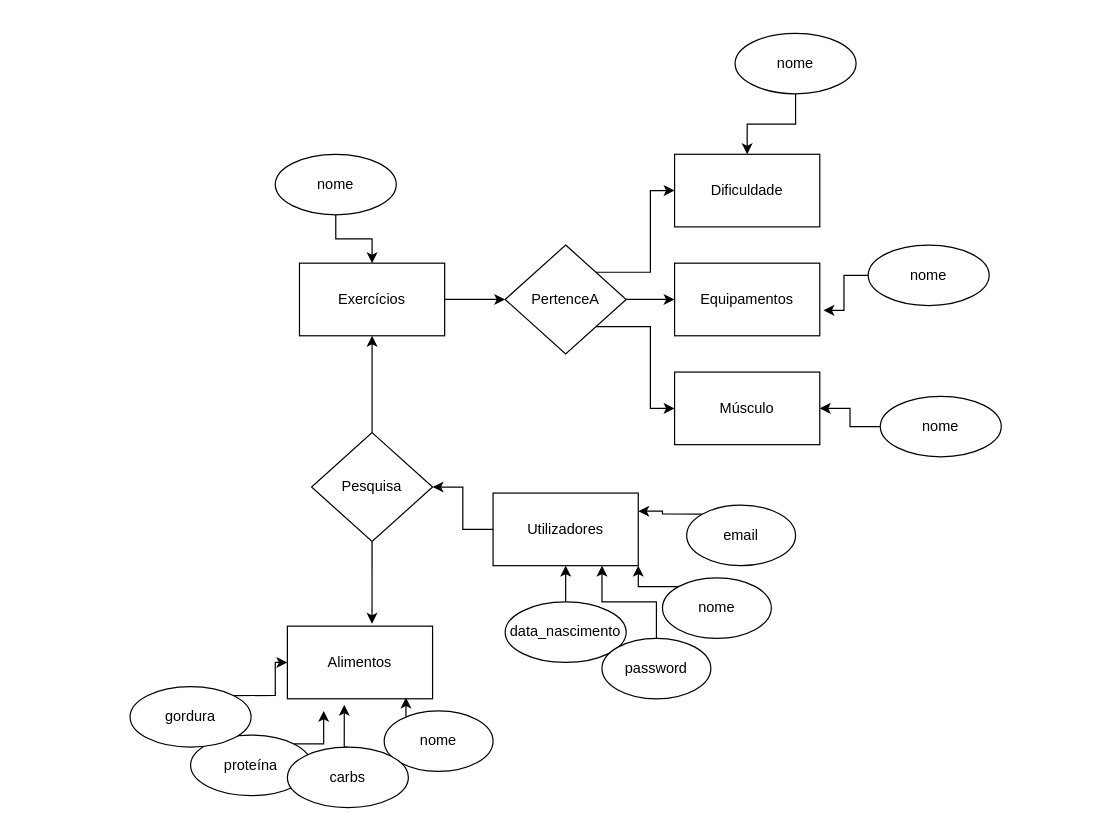
tskxz/BrowseMuscle keeps this draw.io diagram as docs/BrowseMuscle.drawio. Above is the earlier version. Source tidied: cells renumbered, new cells numbered last; positions are measured from the earlier drawing's top-left corner, leaving out a move shared by most shapes. Both pictures are drawn from the tidied source at 121%, with x=0, y=0 at pixel (129, 33).
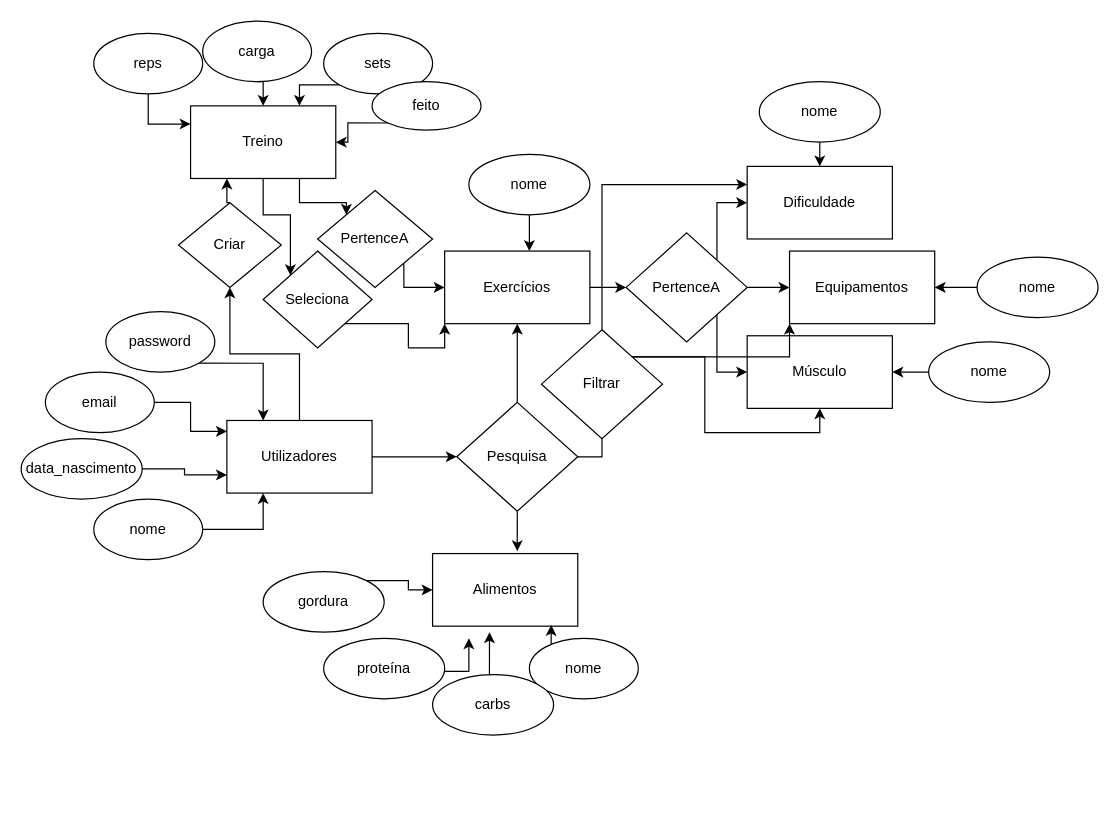
The same page after the edit.

Change to the diagram source:
```diff
@@
     <mxCell id="3" value="Exercícios" style="rounded=0;whiteSpace=wrap;html=1;" parent="1" vertex="1">
-      <mxGeometry x="140" y="190" width="120" height="60" as="geometry" />
+      <mxGeometry x="260" y="180" width="120" height="60" as="geometry" />
     </mxCell>
+    <mxCell id="41" style="edgeStyle=orthogonalEdgeStyle;rounded=0;jettySize=auto;html=1;exitX=0.5;exitY=0;exitDx=0;exitDy=0;entryX=0.5;entryY=1;entryDx=0;entryDy=0;" parent="1" edge="1" source="5" target="48">
+      <mxGeometry relative="1" as="geometry" />
+    </mxCell>
-    <mxCell id="4" style="edgeStyle=orthogonalEdgeStyle;rounded=0;jettySize=auto;html=1;entryX=1;entryY=0.5;entryDx=0;entryDy=0;" parent="1" edge="1" source="5" target="32">
+    <mxCell id="4" style="edgeStyle=orthogonalEdgeStyle;rounded=0;jettySize=auto;html=1;exitX=1;exitY=0.5;exitDx=0;exitDy=0;entryX=0;entryY=0.5;entryDx=0;entryDy=0;" parent="1" edge="1" source="5" target="32">
       <mxGeometry relative="1" as="geometry" />
     </mxCell>
     <mxCell id="5" value="Utilizadores" style="rounded=0;whiteSpace=wrap;html=1;" parent="1" vertex="1">
-      <mxGeometry x="300" y="380" width="120" height="60" as="geometry" />
+      <mxGeometry x="80" y="320" width="120" height="60" as="geometry" />
     </mxCell>
     <mxCell id="6" value="Equipamentos" style="rounded=0;whiteSpace=wrap;html=1;" parent="1" vertex="1">
-      <mxGeometry x="450" y="190" width="120" height="60" as="geometry" />
+      <mxGeometry x="545" y="180" width="120" height="60" as="geometry" />
     </mxCell>
     <mxCell id="7" value="Dificuldade" style="rounded=0;whiteSpace=wrap;html=1;" parent="1" vertex="1">
-      <mxGeometry x="450" y="100" width="120" height="60" as="geometry" />
+      <mxGeometry x="510" y="110" width="120" height="60" as="geometry" />
     </mxCell>
     <mxCell id="8" value="Músculo" style="rounded=0;whiteSpace=wrap;html=1;" parent="1" vertex="1">
-      <mxGeometry x="450" y="280" width="120" height="60" as="geometry" />
+      <mxGeometry x="510" y="250" width="120" height="60" as="geometry" />
     </mxCell>
@@
     <mxCell id="12" value="PertenceA" style="rhombus;whiteSpace=wrap;html=1;" parent="1" vertex="1">
-      <mxGeometry x="310" y="175" width="100" height="90" as="geometry" />
+      <mxGeometry x="410" y="165" width="100" height="90" as="geometry" />
     </mxCell>
-    <mxCell id="13" style="edgeStyle=orthogonalEdgeStyle;rounded=0;jettySize=auto;html=1;exitX=0.5;exitY=1;exitDx=0;exitDy=0;entryX=0.5;entryY=0;entryDx=0;entryDy=0;" parent="1" edge="1" source="14" target="3">
-      <mxGeometry relative="1" as="geometry" />
+    <mxCell id="13" style="edgeStyle=orthogonalEdgeStyle;rounded=0;jettySize=auto;html=1;exitX=0.5;exitY=1;exitDx=0;exitDy=0;" parent="1" edge="1" source="14" target="3">
+      <mxGeometry relative="1" as="geometry">
+        <Array as="points">
+          <mxPoint x="330" y="170" />
+          <mxPoint x="330" y="170" />
+        </Array>
+      </mxGeometry>
     </mxCell>
     <mxCell id="14" value="nome" style="ellipse;whiteSpace=wrap;html=1;" parent="1" vertex="1">
-      <mxGeometry x="120" y="100" width="100" height="50" as="geometry" />
+      <mxGeometry x="280" y="100" width="100" height="50" as="geometry" />
     </mxCell>
@@
     <mxCell id="16" value="nome" style="ellipse;whiteSpace=wrap;html=1;" parent="1" vertex="1">
-      <mxGeometry x="500" width="100" height="50" as="geometry" />
+      <mxGeometry x="520" y="40" width="100" height="50" as="geometry" />
     </mxCell>
-    <mxCell id="17" style="edgeStyle=orthogonalEdgeStyle;rounded=0;jettySize=auto;html=1;exitX=0;exitY=0.5;exitDx=0;exitDy=0;entryX=1.025;entryY=0.65;entryDx=0;entryDy=0;entryPerimeter=0;" parent="1" edge="1" source="18" target="6">
-      <mxGeometry relative="1" as="geometry" />
-    </mxCell>
+    <mxCell id="42" style="edgeStyle=orthogonalEdgeStyle;rounded=0;jettySize=auto;html=1;exitX=0;exitY=0.5;exitDx=0;exitDy=0;entryX=1;entryY=0.5;entryDx=0;entryDy=0;" parent="1" edge="1" target="6">
+      <mxGeometry relative="1" as="geometry">
+        <mxPoint x="700" y="210" as="sourcePoint" />
+      </mxGeometry>
+    </mxCell>
     <mxCell id="18" value="nome" style="ellipse;whiteSpace=wrap;html=1;" parent="1" vertex="1">
-      <mxGeometry x="610" y="175" width="100" height="50" as="geometry" />
+      <mxGeometry x="700" y="185" width="100" height="50" as="geometry" />
     </mxCell>
@@
     <mxCell id="20" value="nome" style="ellipse;whiteSpace=wrap;html=1;" parent="1" vertex="1">
-      <mxGeometry x="620" y="300" width="100" height="50" as="geometry" />
+      <mxGeometry x="660" y="255" width="100" height="50" as="geometry" />
     </mxCell>
     <mxCell id="21" value="Alimentos" style="rounded=0;whiteSpace=wrap;html=1;" parent="1" vertex="1">
-      <mxGeometry x="130" y="490" width="120" height="60" as="geometry" />
+      <mxGeometry x="250" y="430" width="120" height="60" as="geometry" />
     </mxCell>
@@
     <mxCell id="23" value="nome" style="ellipse;whiteSpace=wrap;html=1;" parent="1" vertex="1">
-      <mxGeometry x="210" y="560" width="90" height="50" as="geometry" />
+      <mxGeometry x="330" y="500" width="90" height="50" as="geometry" />
     </mxCell>
-    <mxCell id="24" style="edgeStyle=orthogonalEdgeStyle;rounded=0;jettySize=auto;html=1;exitX=1;exitY=0;exitDx=0;exitDy=0;" parent="1" edge="1" source="25">
+    <mxCell id="24" style="edgeStyle=orthogonalEdgeStyle;rounded=0;orthogonalLoop=1;jettySize=auto;html=1;exitX=1;exitY=0;exitDx=0;exitDy=0;" parent="1" edge="1">
       <mxGeometry relative="1" as="geometry">
-        <mxPoint x="160" y="560" as="targetPoint" />
+        <mxPoint x="255.4" y="527.3" as="sourcePoint" />
+        <mxPoint x="280" y="500" as="targetPoint" />
       </mxGeometry>
     </mxCell>
     <mxCell id="25" value="proteína" style="ellipse;whiteSpace=wrap;html=1;" parent="1" vertex="1">
-      <mxGeometry x="50" y="580" width="100" height="50" as="geometry" />
+      <mxGeometry x="160" y="500" width="100" height="50" as="geometry" />
     </mxCell>
@@
     <mxCell id="27" value="carbs" style="ellipse;whiteSpace=wrap;html=1;" parent="1" vertex="1">
-      <mxGeometry x="130" y="590" width="100" height="50" as="geometry" />
+      <mxGeometry x="250" y="530" width="100" height="50" as="geometry" />
     </mxCell>
@@
     <mxCell id="29" value="gordura" style="ellipse;whiteSpace=wrap;html=1;" parent="1" vertex="1">
-      <mxGeometry y="540" width="100" height="50" as="geometry" />
+      <mxGeometry x="110" y="445" width="100" height="50" as="geometry" />
     </mxCell>
@@
+    <mxCell id="43" style="edgeStyle=orthogonalEdgeStyle;rounded=0;jettySize=auto;html=1;exitX=1;exitY=0.5;exitDx=0;exitDy=0;entryX=0;entryY=0.5;entryDx=0;entryDy=0;" parent="1" edge="1" source="32" target="64">
+      <mxGeometry relative="1" as="geometry" />
+    </mxCell>
     <mxCell id="32" value="Pesquisa" style="rhombus;whiteSpace=wrap;html=1;" parent="1" vertex="1">
-      <mxGeometry x="150" y="330" width="100" height="90" as="geometry" />
+      <mxGeometry x="270" y="305" width="100" height="90" as="geometry" />
     </mxCell>
-    <mxCell id="33" style="edgeStyle=orthogonalEdgeStyle;rounded=0;jettySize=auto;html=1;exitX=0;exitY=0;exitDx=0;exitDy=0;entryX=1;entryY=1;entryDx=0;entryDy=0;" parent="1" edge="1" source="34" target="5">
-      <mxGeometry relative="1" as="geometry" />
-    </mxCell>
-    <mxCell id="34" value="nome" style="ellipse;whiteSpace=wrap;html=1;" parent="1" vertex="1">
-      <mxGeometry x="440" y="450" width="90" height="50" as="geometry" />
-    </mxCell>
-    <mxCell id="35" style="edgeStyle=orthogonalEdgeStyle;rounded=0;jettySize=auto;html=1;" parent="1" edge="1" source="36" target="5">
+    <mxCell id="35" style="edgeStyle=orthogonalEdgeStyle;rounded=0;jettySize=auto;html=1;exitX=1;exitY=0.5;exitDx=0;exitDy=0;entryX=0;entryY=0.75;entryDx=0;entryDy=0;" parent="1" edge="1" source="36" target="5">
       <mxGeometry relative="1" as="geometry" />
     </mxCell>
     <mxCell id="36" value="data_nascimento" style="ellipse;whiteSpace=wrap;html=1;" parent="1" vertex="1">
-      <mxGeometry x="310" y="470" width="100" height="50" as="geometry" />
+      <mxGeometry x="-90" y="335" width="100" height="50" as="geometry" />
     </mxCell>
-    <mxCell id="37" style="edgeStyle=orthogonalEdgeStyle;rounded=0;jettySize=auto;html=1;exitX=0;exitY=0;exitDx=0;exitDy=0;entryX=1;entryY=0.25;entryDx=0;entryDy=0;" parent="1" edge="1" source="38" target="5">
+    <mxCell id="37" style="edgeStyle=orthogonalEdgeStyle;rounded=0;jettySize=auto;html=1;exitX=1;exitY=0.5;exitDx=0;exitDy=0;entryX=0;entryY=0.15;entryDx=0;entryDy=0;entryPerimeter=0;" parent="1" edge="1" source="38" target="5">
       <mxGeometry relative="1" as="geometry" />
     </mxCell>
     <mxCell id="38" value="email" style="ellipse;whiteSpace=wrap;html=1;" parent="1" vertex="1">
-      <mxGeometry x="460" y="390" width="90" height="50" as="geometry" />
+      <mxGeometry x="-70" y="280" width="90" height="50" as="geometry" />
     </mxCell>
-    <mxCell id="39" style="edgeStyle=orthogonalEdgeStyle;rounded=0;jettySize=auto;html=1;exitX=0.5;exitY=0;exitDx=0;exitDy=0;entryX=0.75;entryY=1;entryDx=0;entryDy=0;" parent="1" edge="1" source="40" target="5">
+    <mxCell id="39" style="edgeStyle=orthogonalEdgeStyle;rounded=0;jettySize=auto;html=1;exitX=1;exitY=1;exitDx=0;exitDy=0;entryX=0.25;entryY=0;entryDx=0;entryDy=0;" parent="1" edge="1" source="40" target="5">
       <mxGeometry relative="1" as="geometry" />
     </mxCell>
     <mxCell id="40" value="password" style="ellipse;whiteSpace=wrap;html=1;" parent="1" vertex="1">
-      <mxGeometry x="390" y="500" width="90" height="50" as="geometry" />
+      <mxGeometry x="-20" y="230" width="90" height="50" as="geometry" />
     </mxCell>
+    <mxCell id="44" style="edgeStyle=orthogonalEdgeStyle;rounded=0;jettySize=auto;html=1;exitX=0.75;exitY=1;exitDx=0;exitDy=0;entryX=0;entryY=0;entryDx=0;entryDy=0;" parent="1" edge="1" source="46" target="50">
+      <mxGeometry relative="1" as="geometry" />
+    </mxCell>
+    <mxCell id="45" style="edgeStyle=orthogonalEdgeStyle;rounded=0;jettySize=auto;html=1;exitX=0.5;exitY=1;exitDx=0;exitDy=0;entryX=0;entryY=0;entryDx=0;entryDy=0;" parent="1" edge="1" source="46" target="60">
+      <mxGeometry relative="1" as="geometry" />
+    </mxCell>
+    <mxCell id="46" value="Treino" style="rounded=0;whiteSpace=wrap;html=1;" parent="1" vertex="1">
+      <mxGeometry x="50" y="60" width="120" height="60" as="geometry" />
+    </mxCell>
+    <mxCell id="33" style="edgeStyle=orthogonalEdgeStyle;rounded=0;jettySize=auto;html=1;exitX=1;exitY=0.5;exitDx=0;exitDy=0;entryX=0.25;entryY=1;entryDx=0;entryDy=0;" parent="1" edge="1" source="34" target="5">
+      <mxGeometry relative="1" as="geometry" />
+    </mxCell>
+    <mxCell id="34" value="nome" style="ellipse;whiteSpace=wrap;html=1;" parent="1" vertex="1">
+      <mxGeometry x="-30" y="385" width="90" height="50" as="geometry" />
+    </mxCell>
+    <mxCell id="47" style="edgeStyle=orthogonalEdgeStyle;rounded=0;jettySize=auto;html=1;exitX=0.5;exitY=0;exitDx=0;exitDy=0;entryX=0.25;entryY=1;entryDx=0;entryDy=0;" parent="1" edge="1" source="48" target="46">
+      <mxGeometry relative="1" as="geometry" />
+    </mxCell>
+    <mxCell id="48" value="Criar" style="rhombus;whiteSpace=wrap;html=1;" parent="1" vertex="1">
+      <mxGeometry x="40" y="140" width="85" height="70" as="geometry" />
+    </mxCell>
+    <mxCell id="49" style="edgeStyle=orthogonalEdgeStyle;rounded=0;jettySize=auto;html=1;exitX=1;exitY=1;exitDx=0;exitDy=0;entryX=0;entryY=0.5;entryDx=0;entryDy=0;" parent="1" edge="1" source="50" target="3">
+      <mxGeometry relative="1" as="geometry">
+        <Array as="points">
+          <mxPoint x="226" y="210" />
+        </Array>
+      </mxGeometry>
+    </mxCell>
+    <mxCell id="50" value="PertenceA" style="rhombus;whiteSpace=wrap;html=1;" parent="1" vertex="1">
+      <mxGeometry x="155" y="130" width="95" height="80" as="geometry" />
+    </mxCell>
+    <mxCell id="51" style="edgeStyle=orthogonalEdgeStyle;rounded=0;jettySize=auto;html=1;exitX=0.5;exitY=1;exitDx=0;exitDy=0;entryX=0;entryY=0.25;entryDx=0;entryDy=0;" parent="1" edge="1" source="52" target="46">
+      <mxGeometry relative="1" as="geometry" />
+    </mxCell>
+    <mxCell id="52" value="reps" style="ellipse;whiteSpace=wrap;html=1;" parent="1" vertex="1">
+      <mxGeometry x="-30" width="90" height="50" as="geometry" />
+    </mxCell>
+    <mxCell id="53" style="edgeStyle=orthogonalEdgeStyle;rounded=0;jettySize=auto;html=1;exitX=0.5;exitY=1;exitDx=0;exitDy=0;entryX=0.5;entryY=0;entryDx=0;entryDy=0;" parent="1" edge="1" source="54" target="46">
+      <mxGeometry relative="1" as="geometry" />
+    </mxCell>
+    <mxCell id="54" value="carga" style="ellipse;whiteSpace=wrap;html=1;" parent="1" vertex="1">
+      <mxGeometry x="60" y="-10" width="90" height="50" as="geometry" />
+    </mxCell>
+    <mxCell id="55" style="edgeStyle=orthogonalEdgeStyle;rounded=0;jettySize=auto;html=1;exitX=0;exitY=1;exitDx=0;exitDy=0;entryX=0.75;entryY=0;entryDx=0;entryDy=0;" parent="1" edge="1" source="56" target="46">
+      <mxGeometry relative="1" as="geometry" />
+    </mxCell>
+    <mxCell id="56" value="sets" style="ellipse;whiteSpace=wrap;html=1;" parent="1" vertex="1">
+      <mxGeometry x="160" width="90" height="50" as="geometry" />
+    </mxCell>
+    <mxCell id="57" style="edgeStyle=orthogonalEdgeStyle;rounded=0;jettySize=auto;html=1;exitX=0;exitY=1;exitDx=0;exitDy=0;entryX=1;entryY=0.5;entryDx=0;entryDy=0;" parent="1" edge="1" source="58" target="46">
+      <mxGeometry relative="1" as="geometry" />
+    </mxCell>
+    <mxCell id="58" value="feito" style="ellipse;whiteSpace=wrap;html=1;" parent="1" vertex="1">
+      <mxGeometry x="200" y="40" width="90" height="40" as="geometry" />
+    </mxCell>
+    <mxCell id="59" style="edgeStyle=orthogonalEdgeStyle;rounded=0;jettySize=auto;html=1;exitX=1;exitY=1;exitDx=0;exitDy=0;entryX=0;entryY=1;entryDx=0;entryDy=0;" parent="1" edge="1" source="60" target="3">
+      <mxGeometry relative="1" as="geometry" />
+    </mxCell>
+    <mxCell id="60" value="Seleciona" style="rhombus;whiteSpace=wrap;html=1;" parent="1" vertex="1">
+      <mxGeometry x="110" y="180" width="90" height="80" as="geometry" />
+    </mxCell>
+    <mxCell id="61" style="edgeStyle=orthogonalEdgeStyle;rounded=0;jettySize=auto;html=1;exitX=1;exitY=0;exitDx=0;exitDy=0;entryX=0.5;entryY=1;entryDx=0;entryDy=0;" parent="1" edge="1" source="64" target="8">
+      <mxGeometry relative="1" as="geometry" />
+    </mxCell>
+    <mxCell id="62" style="edgeStyle=orthogonalEdgeStyle;rounded=0;jettySize=auto;html=1;exitX=0.5;exitY=0;exitDx=0;exitDy=0;entryX=0;entryY=0.25;entryDx=0;entryDy=0;" parent="1" edge="1" source="64" target="7">
+      <mxGeometry relative="1" as="geometry" />
+    </mxCell>
+    <mxCell id="63" style="edgeStyle=orthogonalEdgeStyle;rounded=0;jettySize=auto;html=1;exitX=1;exitY=0;exitDx=0;exitDy=0;entryX=0;entryY=1;entryDx=0;entryDy=0;" parent="1" edge="1" source="64" target="6">
+      <mxGeometry relative="1" as="geometry" />
+    </mxCell>
+    <mxCell id="64" value="Filtrar" style="rhombus;whiteSpace=wrap;html=1;" parent="1" vertex="1">
+      <mxGeometry x="340" y="245" width="100" height="90" as="geometry" />
+    </mxCell>
```
